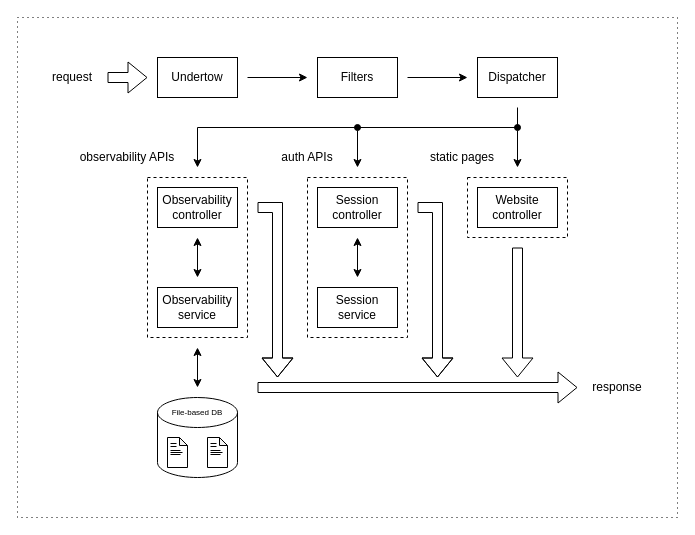
This is resources/graphics/gattos-lab-BE-arch.drawio from Clamentos/GattosLab, a draw.io file, before an edit. Source tidied: cells renumbered, new cells numbered last; positions are measured from the earlier drawing's top-left corner, leaving out a move shared by most shapes. Both pictures are drawn from the tidied source at 100%, with x=0, y=0 at pixel (17, 17).
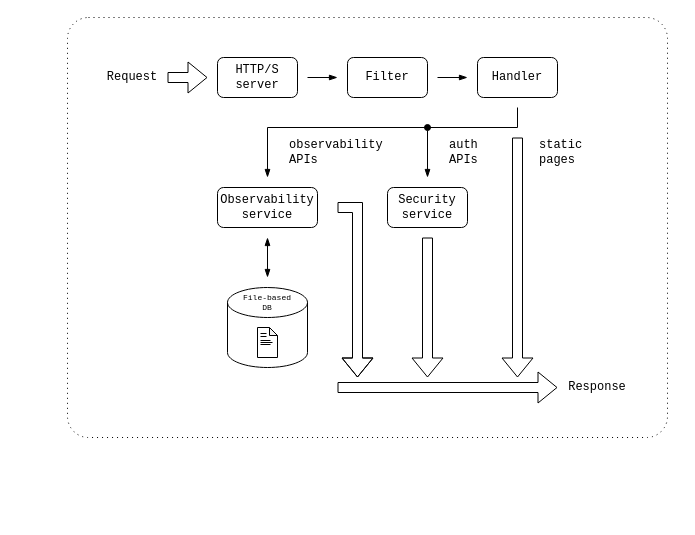
The same diagram, later.

What changed in the source:
```diff
@@
-    <mxCell id="2" style="rounded=0;whiteSpace=wrap;html=1;fillColor=none;dashed=1;dashPattern=1 4;" parent="1" vertex="1">
-      <mxGeometry width="660" height="500" as="geometry" />
+    <mxCell id="2" style="rounded=1;whiteSpace=wrap;html=1;fillColor=none;dashed=1;dashPattern=1 4;fontFamily=Courier New;arcSize=5;strokeColor=light-dark(#000000,#BD93F9);" parent="1" vertex="1">
+      <mxGeometry x="50" width="600" height="420" as="geometry" />
     </mxCell>
-    <mxCell id="3" style="rounded=0;whiteSpace=wrap;html=1;fillColor=none;dashed=1;" parent="1" vertex="1">
-      <mxGeometry x="290" y="160" width="100" height="160" as="geometry" />
-    </mxCell>
-    <mxCell id="4" style="rounded=0;whiteSpace=wrap;html=1;fillColor=none;dashed=1;" parent="1" vertex="1">
-      <mxGeometry x="450" y="160" width="100" height="60" as="geometry" />
-    </mxCell>
-    <mxCell id="5" style="rounded=0;whiteSpace=wrap;html=1;fillColor=none;dashed=1;" parent="1" vertex="1">
-      <mxGeometry x="130" y="160" width="100" height="160" as="geometry" />
-    </mxCell>
-    <mxCell id="6" value="Undertow" style="rounded=0;whiteSpace=wrap;html=1;fillColor=none;" parent="1" vertex="1">
-      <mxGeometry x="140" y="40" width="80" height="40" as="geometry" />
+    <mxCell id="6" value="HTTP/S&lt;div&gt;server&lt;/div&gt;" style="rounded=1;whiteSpace=wrap;html=1;fillColor=none;fontFamily=Courier New;strokeColor=light-dark(#000000,#BD93F9);fontColor=light-dark(#000000,#BD93F9);" parent="1" vertex="1">
+      <mxGeometry x="200" y="40" width="80" height="40" as="geometry" />
     </mxCell>
-    <mxCell id="7" value="Filters" style="rounded=0;whiteSpace=wrap;html=1;fillColor=none;" parent="1" vertex="1">
-      <mxGeometry x="300" y="40" width="80" height="40" as="geometry" />
+    <mxCell id="7" value="Filter" style="rounded=1;whiteSpace=wrap;html=1;fillColor=none;fontFamily=Courier New;strokeColor=light-dark(#000000,#BD93F9);fontColor=light-dark(#000000,#BD93F9);" parent="1" vertex="1">
+      <mxGeometry x="330" y="40" width="80" height="40" as="geometry" />
     </mxCell>
-    <mxCell id="8" style="endArrow=classic;html=1;rounded=0;" parent="1" edge="1">
+    <mxCell id="8" style="endArrow=blockThin;html=1;rounded=0;fontFamily=Courier New;endFill=1;strokeColor=light-dark(#000000,#BD93F9);" parent="1" edge="1">
       <mxGeometry relative="1" as="geometry">
-        <mxPoint x="230" y="60" as="sourcePoint" />
-        <mxPoint x="290" y="60" as="targetPoint" />
+        <mxPoint x="290" y="60" as="sourcePoint" />
+        <mxPoint x="320" y="60" as="targetPoint" />
       </mxGeometry>
     </mxCell>
-    <mxCell id="9" value="Dispatcher" style="rounded=0;whiteSpace=wrap;html=1;fillColor=none;" parent="1" vertex="1">
+    <mxCell id="9" value="Handler" style="rounded=1;whiteSpace=wrap;html=1;fillColor=none;fontFamily=Courier New;strokeColor=light-dark(#000000,#BD93F9);fontColor=light-dark(#000000,#BD93F9);" parent="1" vertex="1">
       <mxGeometry x="460" y="40" width="80" height="40" as="geometry" />
     </mxCell>
-    <mxCell id="10" style="endArrow=classic;html=1;rounded=0;" parent="1" edge="1">
+    <mxCell id="10" style="endArrow=blockThin;html=1;rounded=0;fontFamily=Courier New;endFill=1;strokeColor=light-dark(#000000,#BD93F9);" parent="1" edge="1">
       <mxGeometry relative="1" as="geometry">
-        <mxPoint x="390" y="60" as="sourcePoint" />
+        <mxPoint x="420" y="60" as="sourcePoint" />
         <mxPoint x="450" y="60" as="targetPoint" />
       </mxGeometry>
     </mxCell>
-    <mxCell id="11" value="Website&lt;div&gt;controller&lt;/div&gt;" style="rounded=0;whiteSpace=wrap;html=1;fillColor=none;" parent="1" vertex="1">
-      <mxGeometry x="460" y="170" width="80" height="40" as="geometry" />
-    </mxCell>
-    <mxCell id="12" value="Observability&lt;br&gt;&lt;div&gt;controller&lt;/div&gt;" style="rounded=0;whiteSpace=wrap;html=1;fillColor=none;" parent="1" vertex="1">
-      <mxGeometry x="140" y="170" width="80" height="40" as="geometry" />
-    </mxCell>
-    <mxCell id="13" value="Session&lt;br&gt;&lt;div&gt;controller&lt;/div&gt;" style="rounded=0;whiteSpace=wrap;html=1;fillColor=none;" parent="1" vertex="1">
-      <mxGeometry x="300" y="170" width="80" height="40" as="geometry" />
-    </mxCell>
-    <mxCell id="14" style="endArrow=classic;html=1;rounded=0;" parent="1" edge="1">
+    <mxCell id="14" style="endArrow=blockThin;html=1;rounded=0;fontFamily=Courier New;endFill=1;strokeColor=light-dark(#000000,#BD93F9);" parent="1" edge="1">
       <mxGeometry relative="1" as="geometry">
         <mxPoint x="500" y="90" as="sourcePoint" />
-        <mxPoint x="180" y="150" as="targetPoint" />
+        <mxPoint x="250" y="160" as="targetPoint" />
         <Array as="points">
           <mxPoint x="500" y="110" />
-          <mxPoint x="180" y="110" />
+          <mxPoint x="250" y="110" />
         </Array>
       </mxGeometry>
     </mxCell>
-    <mxCell id="15" style="endArrow=classic;html=1;rounded=0;startArrow=oval;startFill=1;" parent="1" edge="1">
+    <mxCell id="15" style="endArrow=blockThin;html=1;rounded=0;startArrow=oval;startFill=1;fontFamily=Courier New;endFill=1;strokeColor=light-dark(#000000,#BD93F9);" parent="1" edge="1">
       <mxGeometry relative="1" as="geometry">
-        <mxPoint x="340" y="110" as="sourcePoint" />
-        <mxPoint x="340" y="150" as="targetPoint" />
+        <mxPoint x="410" y="110" as="sourcePoint" />
+        <mxPoint x="410" y="160" as="targetPoint" />
       </mxGeometry>
     </mxCell>
-    <mxCell id="16" style="endArrow=classic;html=1;rounded=0;startArrow=oval;startFill=1;" parent="1" edge="1">
-      <mxGeometry relative="1" as="geometry">
-        <mxPoint x="500" y="110" as="sourcePoint" />
-        <mxPoint x="500" y="150" as="targetPoint" />
-      </mxGeometry>
-    </mxCell>
-    <mxCell id="17" value="Session&lt;br&gt;&lt;div&gt;service&lt;/div&gt;" style="rounded=0;whiteSpace=wrap;html=1;fillColor=none;" parent="1" vertex="1">
-      <mxGeometry x="300" y="270" width="80" height="40" as="geometry" />
+    <mxCell id="17" value="Security&lt;div&gt;service&lt;/div&gt;" style="rounded=1;whiteSpace=wrap;html=1;fillColor=none;fontFamily=Courier New;strokeColor=light-dark(#000000,#8BE9FD);fontColor=light-dark(#000000,#8BE9FD);" parent="1" vertex="1">
+      <mxGeometry x="370" y="170" width="80" height="40" as="geometry" />
     </mxCell>
-    <mxCell id="18" value="Observability&lt;br&gt;&lt;div&gt;service&lt;/div&gt;" style="rounded=0;whiteSpace=wrap;html=1;fillColor=none;" parent="1" vertex="1">
-      <mxGeometry x="140" y="270" width="80" height="40" as="geometry" />
+    <mxCell id="18" value="Observability&lt;br&gt;&lt;div&gt;service&lt;/div&gt;" style="rounded=1;whiteSpace=wrap;html=1;fillColor=none;fontFamily=Courier New;strokeColor=light-dark(#000000,#FFB86C);fontColor=light-dark(#000000,#FFB86C);" parent="1" vertex="1">
+      <mxGeometry x="200" y="170" width="100" height="40" as="geometry" />
     </mxCell>
-    <mxCell id="19" style="shape=flexArrow;endArrow=classic;html=1;rounded=0;" parent="1" edge="1">
+    <mxCell id="19" style="shape=flexArrow;endArrow=classic;html=1;rounded=0;fontFamily=Courier New;strokeColor=light-dark(#000000,#BD93F9);" parent="1" edge="1">
       <mxGeometry relative="1" as="geometry">
-        <mxPoint x="90" y="60" as="sourcePoint" />
-        <mxPoint x="130" y="60" as="targetPoint" />
+        <mxPoint x="150" y="60" as="sourcePoint" />
+        <mxPoint x="190" y="60" as="targetPoint" />
       </mxGeometry>
     </mxCell>
-    <mxCell id="20" style="shape=flexArrow;endArrow=classic;html=1;rounded=0;" parent="1" edge="1">
+    <mxCell id="20" style="shape=flexArrow;endArrow=classic;html=1;rounded=0;fontFamily=Courier New;strokeColor=light-dark(#000000,#F1FA8C);" parent="1" edge="1">
       <mxGeometry relative="1" as="geometry">
-        <mxPoint x="500" y="230" as="sourcePoint" />
+        <mxPoint x="500" y="120" as="sourcePoint" />
         <mxPoint x="500" y="360" as="targetPoint" />
       </mxGeometry>
     </mxCell>
-    <mxCell id="21" style="endArrow=classic;html=1;rounded=0;startArrow=classic;startFill=1;" parent="1" edge="1">
-      <mxGeometry relative="1" as="geometry">
-        <mxPoint x="180" y="220" as="sourcePoint" />
-        <mxPoint x="180" y="260" as="targetPoint" />
-      </mxGeometry>
-    </mxCell>
-    <mxCell id="22" style="endArrow=classic;html=1;rounded=0;startArrow=classic;startFill=1;" parent="1" edge="1">
-      <mxGeometry relative="1" as="geometry">
-        <mxPoint x="340" y="220" as="sourcePoint" />
-        <mxPoint x="340" y="260" as="targetPoint" />
-      </mxGeometry>
-    </mxCell>
-    <mxCell id="23" style="shape=flexArrow;endArrow=classic;html=1;rounded=0;" parent="1" edge="1">
+    <mxCell id="23" style="shape=flexArrow;endArrow=classic;html=1;rounded=0;fontFamily=Courier New;strokeColor=light-dark(#000000,#FFB86C);" parent="1" edge="1">
       <mxGeometry relative="1" as="geometry">
-        <mxPoint x="240" y="190" as="sourcePoint" />
-        <mxPoint x="260" y="360" as="targetPoint" />
+        <mxPoint x="320" y="190" as="sourcePoint" />
+        <mxPoint x="340" y="360" as="targetPoint" />
         <Array as="points">
-          <mxPoint x="260" y="190" />
+          <mxPoint x="340" y="190" />
         </Array>
       </mxGeometry>
     </mxCell>
-    <mxCell id="24" style="endArrow=classic;html=1;rounded=0;startArrow=classic;startFill=1;" parent="1" edge="1">
+    <mxCell id="24" style="endArrow=blockThin;html=1;rounded=0;startArrow=blockThin;startFill=1;fontFamily=Courier New;endFill=1;strokeColor=light-dark(#000000,#FFB86C);" parent="1" edge="1">
       <mxGeometry relative="1" as="geometry">
-        <mxPoint x="180" y="330" as="sourcePoint" />
-        <mxPoint x="180" y="370" as="targetPoint" />
+        <mxPoint x="250" y="220" as="sourcePoint" />
+        <mxPoint x="250" y="260" as="targetPoint" />
       </mxGeometry>
     </mxCell>
-    <mxCell id="25" style="shape=flexArrow;endArrow=classic;html=1;rounded=0;" parent="1" edge="1">
+    <mxCell id="25" style="shape=flexArrow;endArrow=classic;html=1;rounded=0;fontFamily=Courier New;strokeColor=light-dark(#000000,#8BE9FD);" parent="1" edge="1">
       <mxGeometry relative="1" as="geometry">
-        <mxPoint x="400" y="190" as="sourcePoint" />
-        <mxPoint x="420" y="360" as="targetPoint" />
-        <Array as="points">
-          <mxPoint x="420" y="190" />
-        </Array>
+        <mxPoint x="410" y="220" as="sourcePoint" />
+        <mxPoint x="410" y="360" as="targetPoint" />
       </mxGeometry>
     </mxCell>
-    <mxCell id="26" style="shape=flexArrow;endArrow=classic;html=1;rounded=0;" parent="1" edge="1">
+    <mxCell id="26" style="shape=flexArrow;endArrow=classic;html=1;rounded=0;fontFamily=Courier New;strokeColor=light-dark(#000000,#BD93F9);" parent="1" edge="1">
       <mxGeometry relative="1" as="geometry">
-        <mxPoint x="240" y="370" as="sourcePoint" />
-        <mxPoint x="560" y="370" as="targetPoint" />
+        <mxPoint x="320" y="370" as="sourcePoint" />
+        <mxPoint x="540" y="370" as="targetPoint" />
       </mxGeometry>
     </mxCell>
-    <mxCell id="27" value="response" style="text;html=1;whiteSpace=wrap;strokeColor=none;fillColor=none;align=center;verticalAlign=middle;rounded=0;" parent="1" vertex="1">
-      <mxGeometry x="570" y="360" width="60" height="20" as="geometry" />
+    <mxCell id="27" value="Response" style="text;html=1;whiteSpace=wrap;strokeColor=none;fillColor=none;align=center;verticalAlign=middle;rounded=0;fontFamily=Courier New;fontColor=light-dark(#000000,#BD93F9);" parent="1" vertex="1">
+      <mxGeometry x="550" y="360" width="60" height="20" as="geometry" />
     </mxCell>
-    <mxCell id="28" value="request" style="text;html=1;whiteSpace=wrap;strokeColor=none;fillColor=none;align=center;verticalAlign=middle;rounded=0;" parent="1" vertex="1">
-      <mxGeometry x="30" y="50" width="50" height="20" as="geometry" />
+    <mxCell id="28" value="Request" style="text;html=1;whiteSpace=wrap;strokeColor=none;fillColor=none;align=center;verticalAlign=middle;rounded=0;fontFamily=Courier New;fontColor=light-dark(#000000,#BD93F9);" parent="1" vertex="1">
+      <mxGeometry x="90" y="50" width="50" height="20" as="geometry" />
     </mxCell>
-    <mxCell id="29" value="static pages" style="text;html=1;whiteSpace=wrap;strokeColor=none;fillColor=none;align=center;verticalAlign=middle;rounded=0;" parent="1" vertex="1">
-      <mxGeometry x="410" y="130" width="70" height="20" as="geometry" />
+    <mxCell id="29" value="static pages" style="text;html=1;whiteSpace=wrap;strokeColor=none;fillColor=none;align=left;verticalAlign=middle;rounded=0;fontFamily=Courier New;fontColor=light-dark(#000000,#F1FA8C);" parent="1" vertex="1">
+      <mxGeometry x="520" y="120" width="50" height="30" as="geometry" />
     </mxCell>
-    <mxCell id="30" value="auth APIs" style="text;html=1;whiteSpace=wrap;strokeColor=none;fillColor=none;align=center;verticalAlign=middle;rounded=0;" parent="1" vertex="1">
-      <mxGeometry x="260" y="130" width="60" height="20" as="geometry" />
+    <mxCell id="30" value="auth APIs" style="text;html=1;whiteSpace=wrap;strokeColor=none;fillColor=none;align=left;verticalAlign=middle;rounded=0;fontFamily=Courier New;fontColor=light-dark(#000000,#8BE9FD);" parent="1" vertex="1">
+      <mxGeometry x="430" y="120" width="40" height="30" as="geometry" />
     </mxCell>
-    <mxCell id="31" value="observability APIs" style="text;html=1;whiteSpace=wrap;strokeColor=none;fillColor=none;align=center;verticalAlign=middle;rounded=0;" parent="1" vertex="1">
-      <mxGeometry x="60" y="130" width="100" height="20" as="geometry" />
+    <mxCell id="31" value="observability APIs" style="text;html=1;whiteSpace=wrap;strokeColor=none;fillColor=none;align=left;verticalAlign=middle;rounded=0;fontFamily=Courier New;fontColor=light-dark(#000000,#FFB86C);" parent="1" vertex="1">
+      <mxGeometry x="270" y="120" width="100" height="30" as="geometry" />
     </mxCell>
-    <mxCell id="32" value="&lt;div&gt;&lt;br&gt;&lt;/div&gt;" style="shape=cylinder3;whiteSpace=wrap;html=1;boundedLbl=1;backgroundOutline=1;size=15;fillColor=none;" parent="1" vertex="1">
-      <mxGeometry x="140" y="380" width="80" height="80" as="geometry" />
+    <mxCell id="32" value="&lt;div&gt;&lt;br&gt;&lt;/div&gt;" style="shape=cylinder3;whiteSpace=wrap;html=1;boundedLbl=1;backgroundOutline=1;size=15;fillColor=none;fontFamily=Courier New;strokeColor=light-dark(#000000,#FFB86C);" parent="1" vertex="1">
+      <mxGeometry x="210" y="270" width="80" height="80" as="geometry" />
     </mxCell>
-    <mxCell id="33" style="shape=note;whiteSpace=wrap;html=1;backgroundOutline=1;darkOpacity=0.05;gradientColor=none;fillColor=none;size=8;" parent="1" vertex="1">
-      <mxGeometry x="150" y="420" width="20" height="30" as="geometry" />
-    </mxCell>
-    <mxCell id="34" style="endArrow=none;html=1;rounded=0;" parent="1" edge="1">
-      <mxGeometry relative="1" as="geometry">
-        <mxPoint x="153" y="426" as="sourcePoint" />
-        <mxPoint x="159" y="426" as="targetPoint" />
-      </mxGeometry>
-    </mxCell>
-    <mxCell id="35" style="endArrow=none;html=1;rounded=0;" parent="1" edge="1">
-      <mxGeometry relative="1" as="geometry">
-        <mxPoint x="153" y="429" as="sourcePoint" />
-        <mxPoint x="159" y="429" as="targetPoint" />
-      </mxGeometry>
-    </mxCell>
-    <mxCell id="36" style="endArrow=none;html=1;rounded=0;" parent="1" edge="1">
-      <mxGeometry relative="1" as="geometry">
-        <mxPoint x="153" y="433" as="sourcePoint" />
-        <mxPoint x="163" y="433" as="targetPoint" />
-      </mxGeometry>
-    </mxCell>
-    <mxCell id="37" style="endArrow=none;html=1;rounded=0;" parent="1" edge="1">
-      <mxGeometry relative="1" as="geometry">
-        <mxPoint x="153" y="435" as="sourcePoint" />
-        <mxPoint x="165" y="435" as="targetPoint" />
-      </mxGeometry>
-    </mxCell>
-    <mxCell id="38" style="endArrow=none;html=1;rounded=0;" parent="1" edge="1">
-      <mxGeometry relative="1" as="geometry">
-        <mxPoint x="153" y="437" as="sourcePoint" />
-        <mxPoint x="163" y="437" as="targetPoint" />
-      </mxGeometry>
-    </mxCell>
-    <mxCell id="39" style="shape=note;whiteSpace=wrap;html=1;backgroundOutline=1;darkOpacity=0.05;gradientColor=none;fillColor=none;size=8;" parent="1" vertex="1">
-      <mxGeometry x="190" y="420" width="20" height="30" as="geometry" />
+    <mxCell id="39" style="shape=note;whiteSpace=wrap;html=1;backgroundOutline=1;darkOpacity=0.05;gradientColor=none;fillColor=none;size=8;fontFamily=Courier New;strokeColor=light-dark(#000000,#FFB86C);" parent="1" vertex="1">
+      <mxGeometry x="240" y="310" width="20" height="30" as="geometry" />
     </mxCell>
-    <mxCell id="40" style="endArrow=none;html=1;rounded=0;" parent="1" edge="1">
+    <mxCell id="40" style="endArrow=none;html=1;rounded=0;fontFamily=Courier New;strokeColor=light-dark(#000000,#FFB86C);" parent="1" edge="1">
       <mxGeometry relative="1" as="geometry">
-        <mxPoint x="193" y="426" as="sourcePoint" />
-        <mxPoint x="199" y="426" as="targetPoint" />
+        <mxPoint x="243" y="316" as="sourcePoint" />
+        <mxPoint x="249" y="316" as="targetPoint" />
       </mxGeometry>
     </mxCell>
-    <mxCell id="41" style="endArrow=none;html=1;rounded=0;" parent="1" edge="1">
+    <mxCell id="41" style="endArrow=none;html=1;rounded=0;fontFamily=Courier New;strokeColor=light-dark(#000000,#FFB86C);" parent="1" edge="1">
       <mxGeometry relative="1" as="geometry">
-        <mxPoint x="193" y="429" as="sourcePoint" />
-        <mxPoint x="199" y="429" as="targetPoint" />
+        <mxPoint x="243" y="319" as="sourcePoint" />
+        <mxPoint x="249" y="319" as="targetPoint" />
       </mxGeometry>
     </mxCell>
-    <mxCell id="42" style="endArrow=none;html=1;rounded=0;" parent="1" edge="1">
+    <mxCell id="42" style="endArrow=none;html=1;rounded=0;fontFamily=Courier New;strokeColor=light-dark(#000000,#FFB86C);" parent="1" edge="1">
       <mxGeometry relative="1" as="geometry">
-        <mxPoint x="193" y="433" as="sourcePoint" />
-        <mxPoint x="203" y="433" as="targetPoint" />
+        <mxPoint x="243" y="323" as="sourcePoint" />
+        <mxPoint x="253" y="323" as="targetPoint" />
       </mxGeometry>
     </mxCell>
-    <mxCell id="43" style="endArrow=none;html=1;rounded=0;" parent="1" edge="1">
+    <mxCell id="43" style="endArrow=none;html=1;rounded=0;fontFamily=Courier New;strokeColor=light-dark(#000000,#FFB86C);" parent="1" edge="1">
       <mxGeometry relative="1" as="geometry">
-        <mxPoint x="193" y="435" as="sourcePoint" />
-        <mxPoint x="205" y="435" as="targetPoint" />
+        <mxPoint x="243" y="325" as="sourcePoint" />
+        <mxPoint x="255" y="325" as="targetPoint" />
       </mxGeometry>
     </mxCell>
-    <mxCell id="44" style="endArrow=none;html=1;rounded=0;" parent="1" edge="1">
+    <mxCell id="44" style="endArrow=none;html=1;rounded=0;fontFamily=Courier New;strokeColor=light-dark(#000000,#FFB86C);" parent="1" edge="1">
       <mxGeometry relative="1" as="geometry">
-        <mxPoint x="193" y="437" as="sourcePoint" />
-        <mxPoint x="203" y="437" as="targetPoint" />
+        <mxPoint x="243" y="327" as="sourcePoint" />
+        <mxPoint x="253" y="327" as="targetPoint" />
       </mxGeometry>
     </mxCell>
-    <mxCell id="45" value="File-based DB" style="text;html=1;whiteSpace=wrap;strokeColor=none;fillColor=none;align=center;verticalAlign=middle;rounded=0;fontSize=8;" parent="1" vertex="1">
-      <mxGeometry x="150" y="390" width="60" height="10" as="geometry" />
+    <mxCell id="45" value="File-based DB" style="text;html=1;whiteSpace=wrap;strokeColor=none;fillColor=none;align=center;verticalAlign=middle;rounded=0;fontSize=8;fontFamily=Courier New;fontColor=light-dark(#000000,#FFB86C);" parent="1" vertex="1">
+      <mxGeometry x="220" y="270" width="60" height="30" as="geometry" />
     </mxCell>
```
